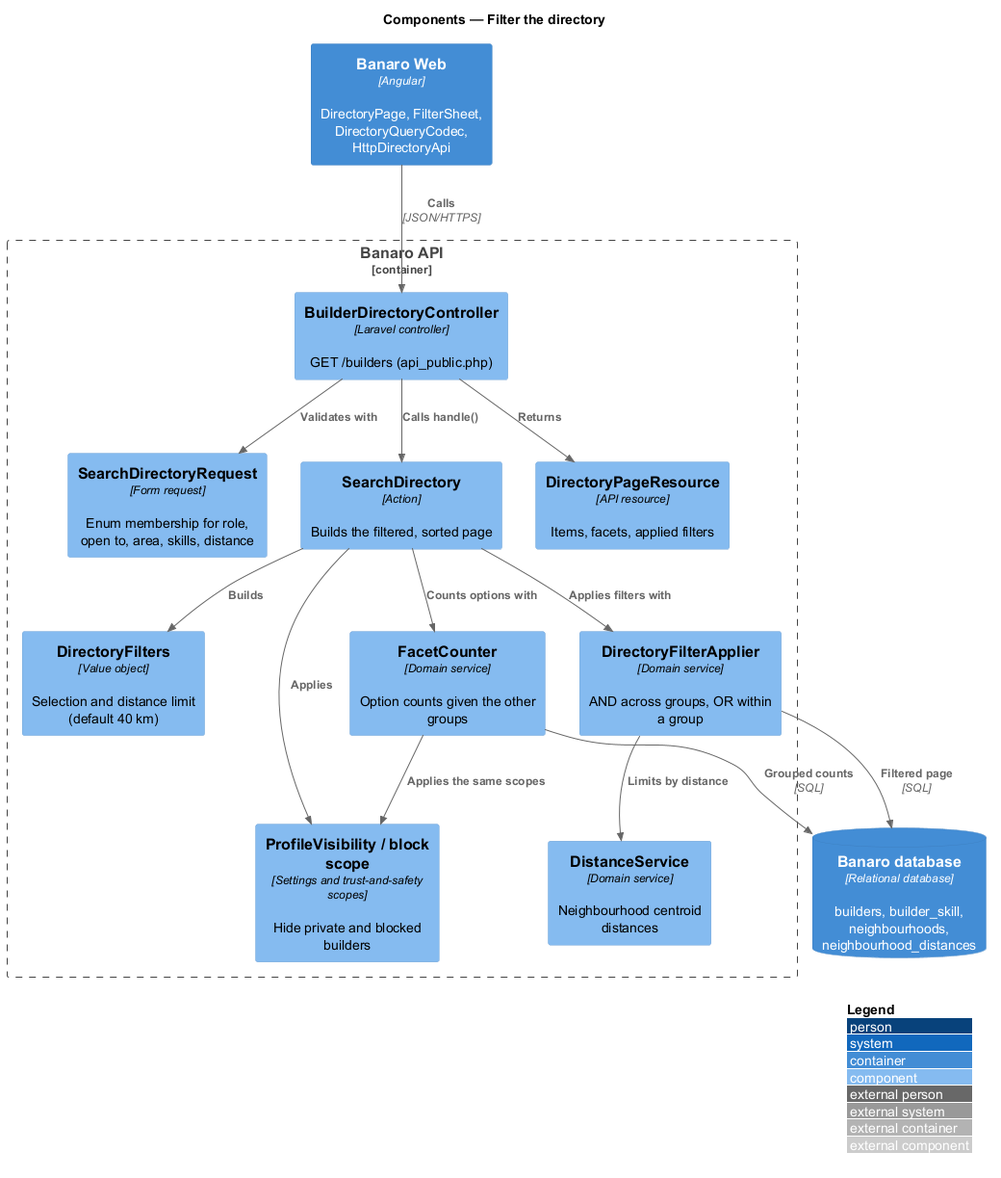
Before: docs/detailed-designs/directory/filter-directory/diagrams/c4-component.png, a diagram exported from PlantUML (QuinntyneBrown/banaro). Its diagram source:
```plantuml
@startuml
!include <C4/C4_Component>
LAYOUT_WITH_LEGEND()
title Components — Filter the directory

Container(web, "Banaro Web", "Angular", "DirectoryPage, FilterSheet, DirectoryQueryCodec, HttpDirectoryApi")
ContainerDb(db, "Banaro database", "Relational database", "builders, builder_skill, neighbourhoods, neighbourhood_distances")

Container_Boundary(api, "Banaro API") {
  Component(ctrl, "BuilderDirectoryController", "Laravel controller", "GET /builders (api_public.php)")
  Component(req, "SearchDirectoryRequest", "Form request", "Enum membership for role, open to, area, skills, distance")
  Component(action, "SearchDirectory", "Action", "Builds the filtered, sorted page")
  Component(filters, "DirectoryFilters", "Value object", "Selection and distance limit (default 40 km)")
  Component(applier, "DirectoryFilterApplier", "Domain service", "AND across groups, OR within a group")
  Component(counter, "FacetCounter", "Domain service", "Option counts given the other groups")
  Component(scopes, "ProfileVisibility / block scope", "Settings and trust-and-safety scopes", "Hide private and blocked builders")
  Component(distance, "DistanceService", "Domain service", "Neighbourhood centroid distances")
  Component(resource, "DirectoryPageResource", "API resource", "Items, facets, applied filters")
}

Rel(web, ctrl, "Calls", "JSON/HTTPS")
Rel(ctrl, req, "Validates with")
Rel(ctrl, action, "Calls handle()")
Rel(ctrl, resource, "Returns")
Rel(action, filters, "Builds")
Rel(action, scopes, "Applies")
Rel(action, applier, "Applies filters with")
Rel(action, counter, "Counts options with")
Rel(applier, distance, "Limits by distance")
Rel(counter, scopes, "Applies the same scopes")
Rel(applier, db, "Filtered page", "SQL")
Rel(counter, db, "Grouped counts", "SQL")
@enduml
```
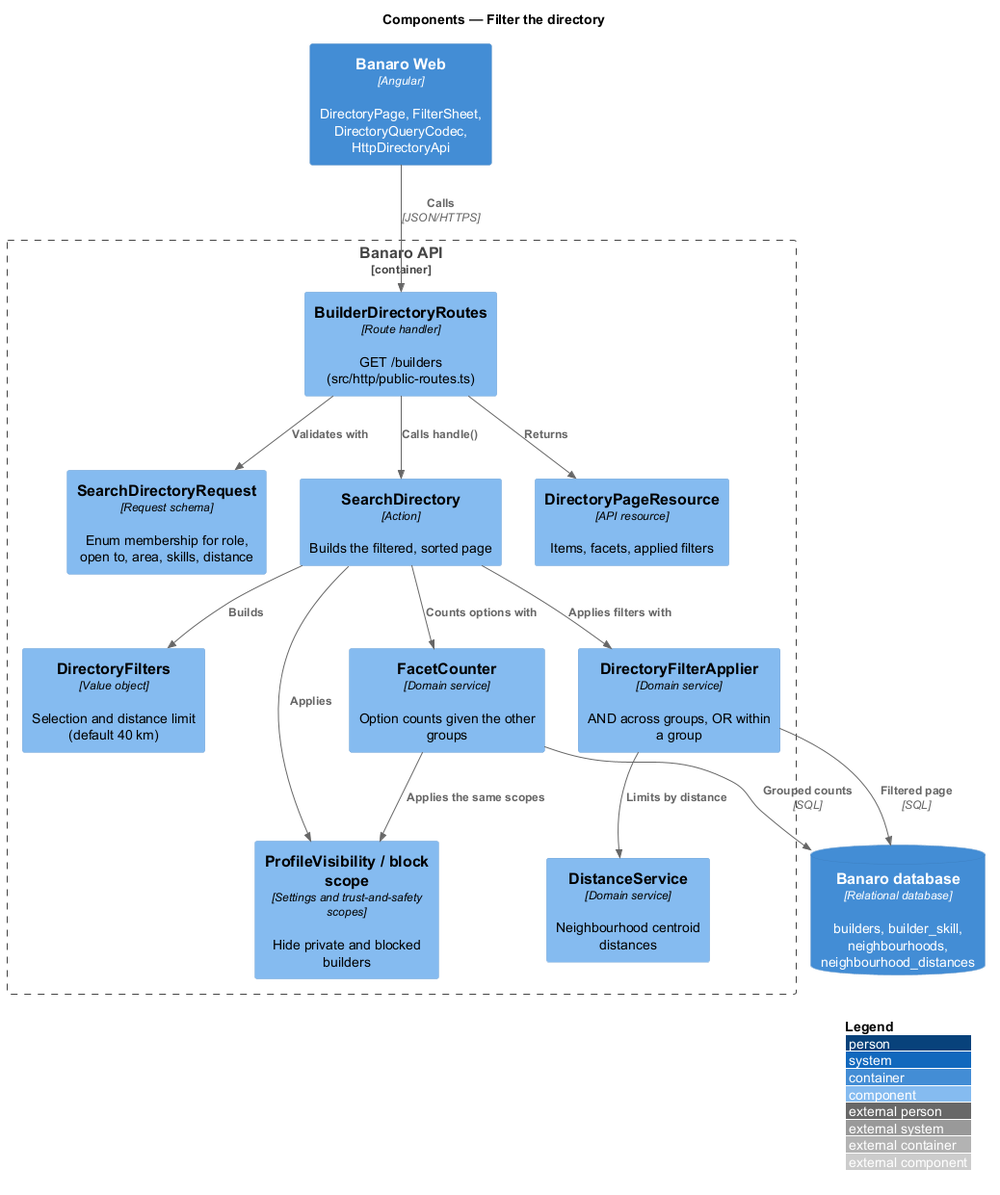
The same file after the commit.

The edit, as a diff of the source:
```diff
@@ -7,8 +7,8 @@
 ContainerDb(db, "Banaro database", "Relational database", "builders, builder_skill, neighbourhoods, neighbourhood_distances")
 
 Container_Boundary(api, "Banaro API") {
-  Component(ctrl, "BuilderDirectoryController", "Laravel controller", "GET /builders (api_public.php)")
-  Component(req, "SearchDirectoryRequest", "Form request", "Enum membership for role, open to, area, skills, distance")
+  Component(ctrl, "BuilderDirectoryRoutes", "Route handler", "GET /builders (src/http/public-routes.ts)")
+  Component(req, "SearchDirectoryRequest", "Request schema", "Enum membership for role, open to, area, skills, distance")
   Component(action, "SearchDirectory", "Action", "Builds the filtered, sorted page")
   Component(filters, "DirectoryFilters", "Value object", "Selection and distance limit (default 40 km)")
   Component(applier, "DirectoryFilterApplier", "Domain service", "AND across groups, OR within a group")
```
